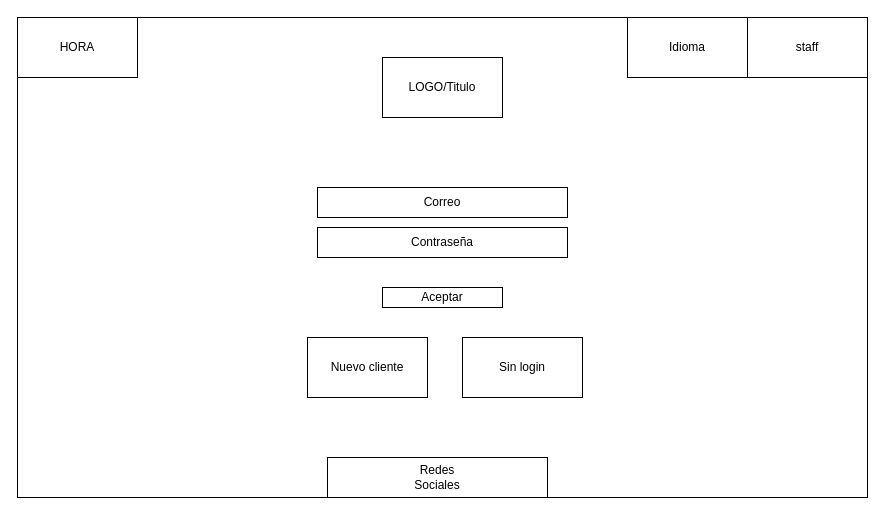
This is page "MainMenu" (1 of 5) of docs/UI_UX.drawio from Universidad-Europea/PharmSquare, a draw.io file, before an edit. Source tidied: cells renumbered, new cells numbered last; positions are measured from the earlier drawing's top-left corner, leaving out a move shared by most shapes. Both pictures are drawn from the tidied source at 100%, with x=0, y=0 at pixel (17, 17).
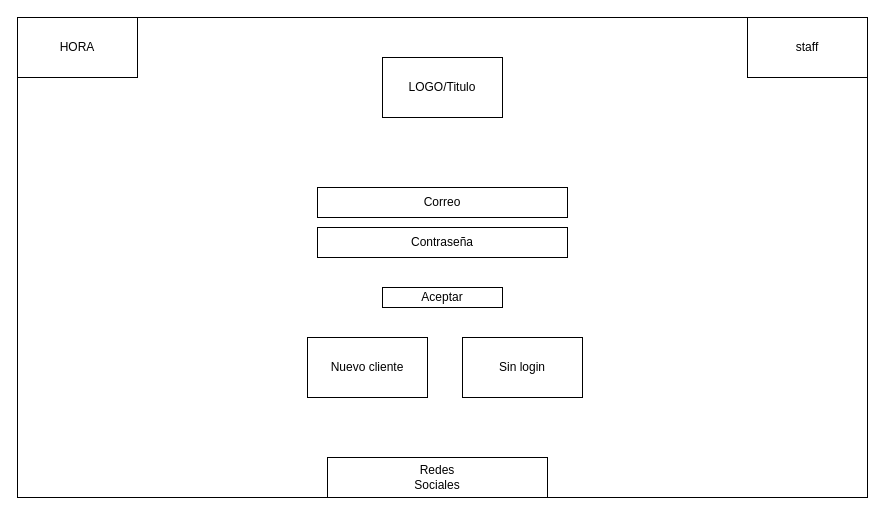
The same page after the edit.

Commit message (it also covers changes not shown here):
el idioma son los padres

What changed in the source:
```diff
@@
 <mxGraphModel>
   <root>
     <mxCell id="0" />
     <mxCell id="1" parent="0" />
     <mxCell id="2" style="rounded=0;whiteSpace=wrap;html=1;fillColor=none;" parent="1" vertex="1">
       <mxGeometry width="850" height="480" as="geometry" />
     </mxCell>
     <mxCell id="3" value="staff" style="rounded=0;whiteSpace=wrap;html=1;fillColor=none;" parent="1" vertex="1">
       <mxGeometry x="730" width="120" height="60" as="geometry" />
     </mxCell>
     <mxCell id="4" value="Correo" style="rounded=0;whiteSpace=wrap;html=1;fillColor=none;" parent="1" vertex="1">
       <mxGeometry x="300" y="170" width="250" height="30" as="geometry" />
     </mxCell>
     <mxCell id="5" value="Nuevo cliente" style="rounded=0;whiteSpace=wrap;html=1;fillColor=none;" parent="1" vertex="1">
       <mxGeometry x="290" y="320" width="120" height="60" as="geometry" />
     </mxCell>
     <mxCell id="6" value="Contraseña" style="rounded=0;whiteSpace=wrap;html=1;fillColor=none;" parent="1" vertex="1">
       <mxGeometry x="300" y="210" width="250" height="30" as="geometry" />
     </mxCell>
     <mxCell id="7" value="LOGO/Titulo" style="rounded=0;whiteSpace=wrap;html=1;fillColor=none;" parent="1" vertex="1">
       <mxGeometry x="365" y="40" width="120" height="60" as="geometry" />
     </mxCell>
     <mxCell id="8" value="HORA" style="rounded=0;whiteSpace=wrap;html=1;fillColor=none;" parent="1" vertex="1">
       <mxGeometry width="120" height="60" as="geometry" />
     </mxCell>
-    <mxCell id="9" value="Idioma" style="rounded=0;whiteSpace=wrap;html=1;fillColor=none;" parent="1" vertex="1">
-      <mxGeometry x="610" width="120" height="60" as="geometry" />
-    </mxCell>
     <mxCell id="10" value="Redes&lt;br&gt;Sociales" style="rounded=0;whiteSpace=wrap;html=1;fillColor=none;" parent="1" vertex="1">
       <mxGeometry x="310" y="440" width="220" height="40" as="geometry" />
     </mxCell>
     <mxCell id="11" value="Aceptar" style="rounded=0;whiteSpace=wrap;html=1;fillColor=none;" parent="1" vertex="1">
       <mxGeometry x="365" y="270" width="120" height="20" as="geometry" />
     </mxCell>
     <mxCell id="12" value="Sin login" style="rounded=0;whiteSpace=wrap;html=1;fillColor=none;" parent="1" vertex="1">
       <mxGeometry x="445" y="320" width="120" height="60" as="geometry" />
     </mxCell>
   </root>
 </mxGraphModel>
```
